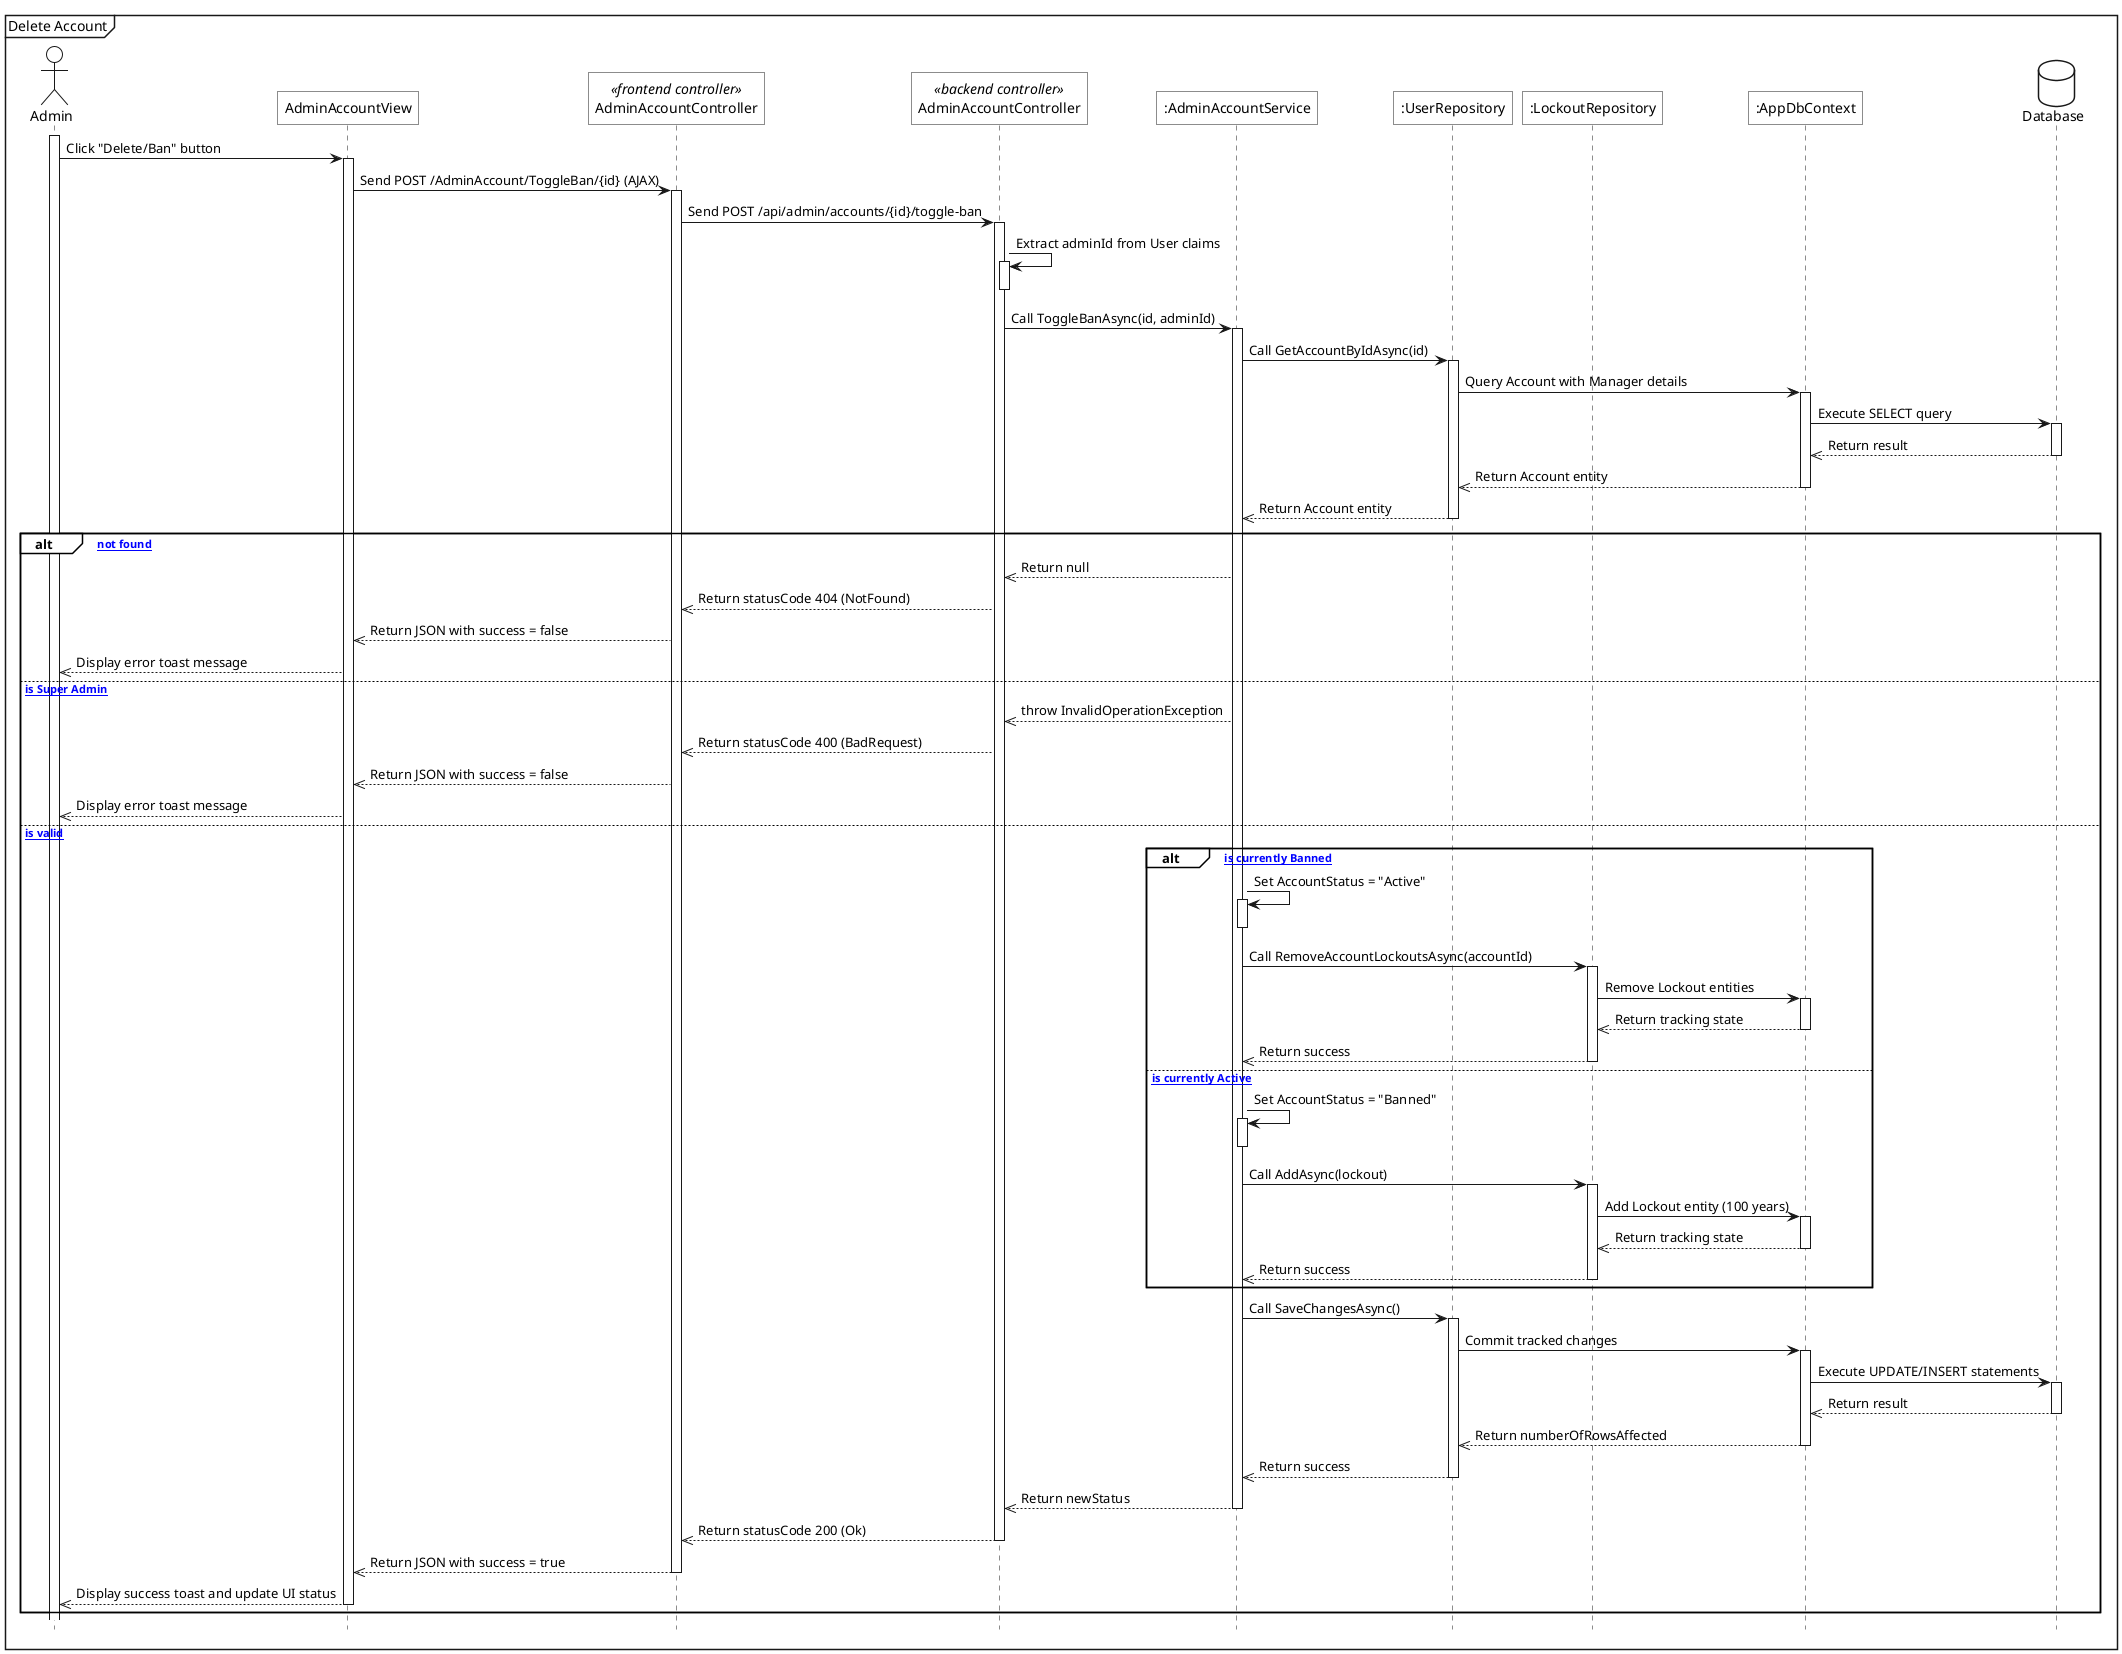
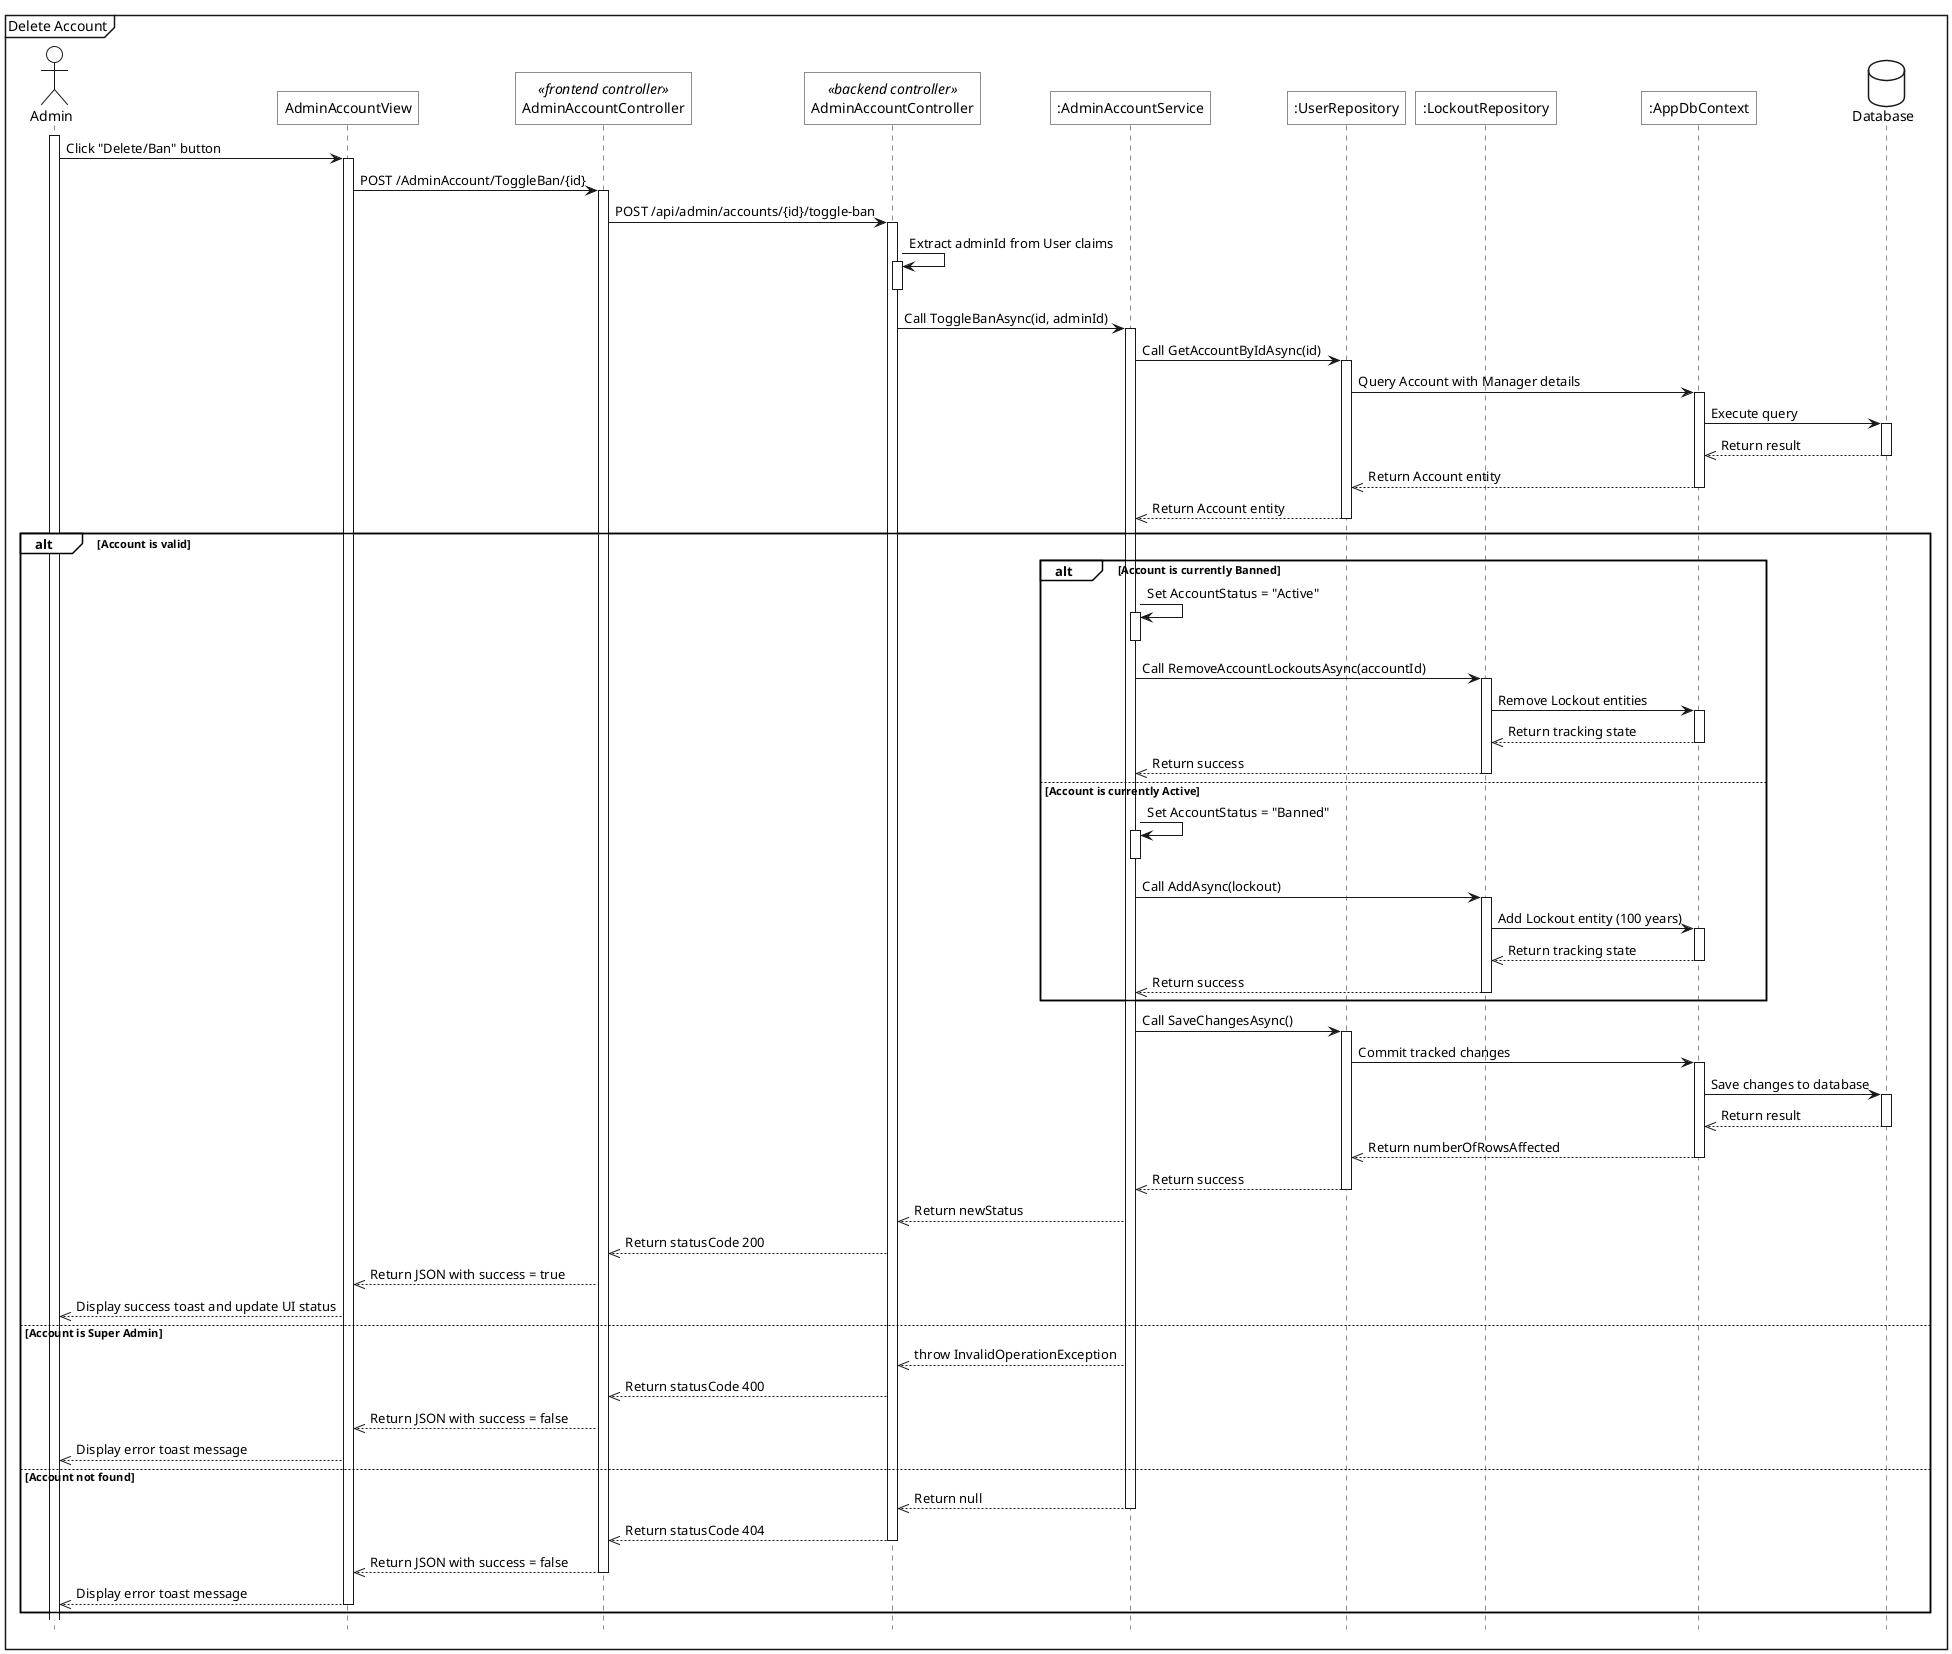
@startuml
<style>
    sequenceDiagram{
        actor{
            BackgroundColor white
            LineThickness 1.0
        }
        participant{
            BackgroundColor white
            RoundCorner 0
        }
        database{
            BackgroundColor white
        }
        groupHeader{
            BackgroundColor white
        }
        referenceHeader{
            BackgroundColor white
        }
        reference{
            BackgroundColor white
        }
    }
</style>

hide footbox

mainframe Delete Account
actor Admin as act

participant "AdminAccountView" as view
participant "AdminAccountController" as fe_ctrl <<frontend controller>>
participant "AdminAccountController" as be_ctrl <<backend controller>>
participant ":AdminAccountService" as sv
participant ":UserRepository" as u_repo
participant ":LockoutRepository" as lockout_repo
participant ":AppDbContext" as ctx
database Database as db

act++
act->view++: Click "Delete/Ban" button
- view->fe_ctrl++: Send POST /AdminAccount/ToggleBan/{id} (AJAX)
+ view->fe_ctrl++: POST /AdminAccount/ToggleBan/{id}

- fe_ctrl->be_ctrl++: Send POST /api/admin/accounts/{id}/toggle-ban
+ fe_ctrl->be_ctrl++: POST /api/admin/accounts/{id}/toggle-ban

be_ctrl->be_ctrl++: Extract adminId from User claims
be_ctrl--

be_ctrl->sv++: Call ToggleBanAsync(id, adminId)

sv->u_repo++: Call GetAccountByIdAsync(id)
u_repo->ctx++: Query Account with Manager details
- ctx->db++: Execute SELECT query
+ ctx->db++: Execute query
db-->>ctx--: Return result
ctx-->>u_repo--: Return Account entity
u_repo-->>sv--: Return Account entity

- alt [Account not found]
-     sv-->>be_ctrl: Return null
-     be_ctrl-->>fe_ctrl: Return statusCode 404 (NotFound)
-     fe_ctrl-->>view: Return JSON with success = false
-     view-->>act: Display error toast message
- else [Account is Super Admin]
-     sv-->>be_ctrl: throw InvalidOperationException
-     be_ctrl-->>fe_ctrl: Return statusCode 400 (BadRequest)
-     fe_ctrl-->>view: Return JSON with success = false
-     view-->>act: Display error toast message
- else [Account is valid]
-     alt [Account is currently Banned]
+ alt Account is valid
+     alt Account is currently Banned
        sv->sv++: Set AccountStatus = "Active"
        sv--
        sv->lockout_repo++: Call RemoveAccountLockoutsAsync(accountId)
        lockout_repo->ctx++: Remove Lockout entities
        ctx-->>lockout_repo--: Return tracking state
        lockout_repo-->>sv--: Return success
-     else [Account is currently Active]
+     else Account is currently Active
        sv->sv++: Set AccountStatus = "Banned"
        sv--
        sv->lockout_repo++: Call AddAsync(lockout)
        lockout_repo->ctx++: Add Lockout entity (100 years)
        ctx-->>lockout_repo--: Return tracking state
        lockout_repo-->>sv--: Return success
    end

    sv->u_repo++: Call SaveChangesAsync()
    u_repo->ctx++: Commit tracked changes
-     ctx->db++: Execute UPDATE/INSERT statements
+     ctx->db++: Save changes to database
    db-->>ctx--: Return result
    ctx-->>u_repo--: Return numberOfRowsAffected
    u_repo-->>sv--: Return success

-     sv-->>be_ctrl--: Return newStatus
-     be_ctrl-->>fe_ctrl--: Return statusCode 200 (Ok)
-     fe_ctrl-->>view--: Return JSON with success = true
-     view-->>act--: Display success toast and update UI status
+     sv-->>be_ctrl: Return newStatus
+     be_ctrl-->>fe_ctrl: Return statusCode 200
+     fe_ctrl-->>view: Return JSON with success = true
+     view-->>act: Display success toast and update UI status
+ else Account is Super Admin
+     sv-->>be_ctrl: throw InvalidOperationException
+     be_ctrl-->>fe_ctrl: Return statusCode 400
+     fe_ctrl-->>view: Return JSON with success = false
+     view-->>act: Display error toast message
+ else Account not found
+     sv-->>be_ctrl--: Return null
+     be_ctrl-->>fe_ctrl--: Return statusCode 404
+     fe_ctrl-->>view--: Return JSON with success = false
+     view-->>act--: Display error toast message
end
@enduml
